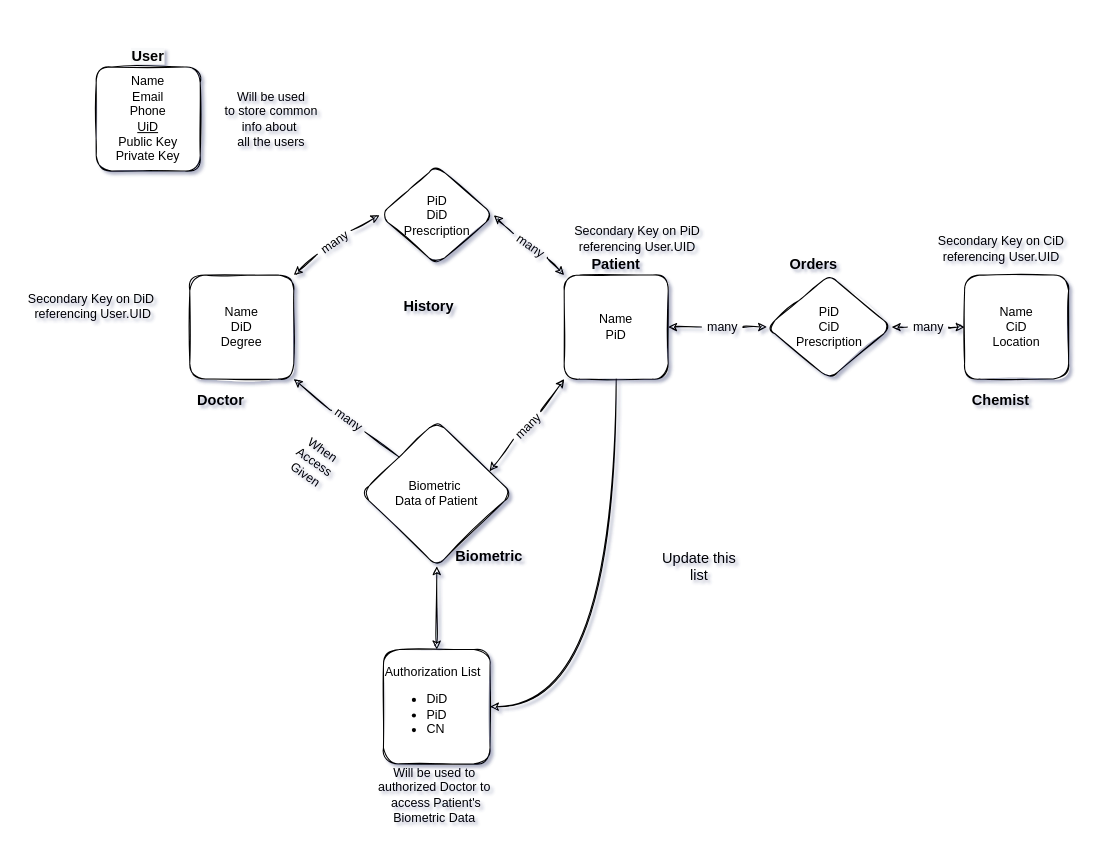
Earlier version of the draw.io diagram Flowcharts/ERModel.drawio (TeamRocketBalleBalle/RICA-Remastered). Source tidied: cells renumbered, new cells numbered last; positions are measured from the earlier drawing's top-left corner, leaving out a move shared by most shapes. Both pictures are drawn from the tidied source at 104%, with x=0, y=0 at pixel (18, 46).
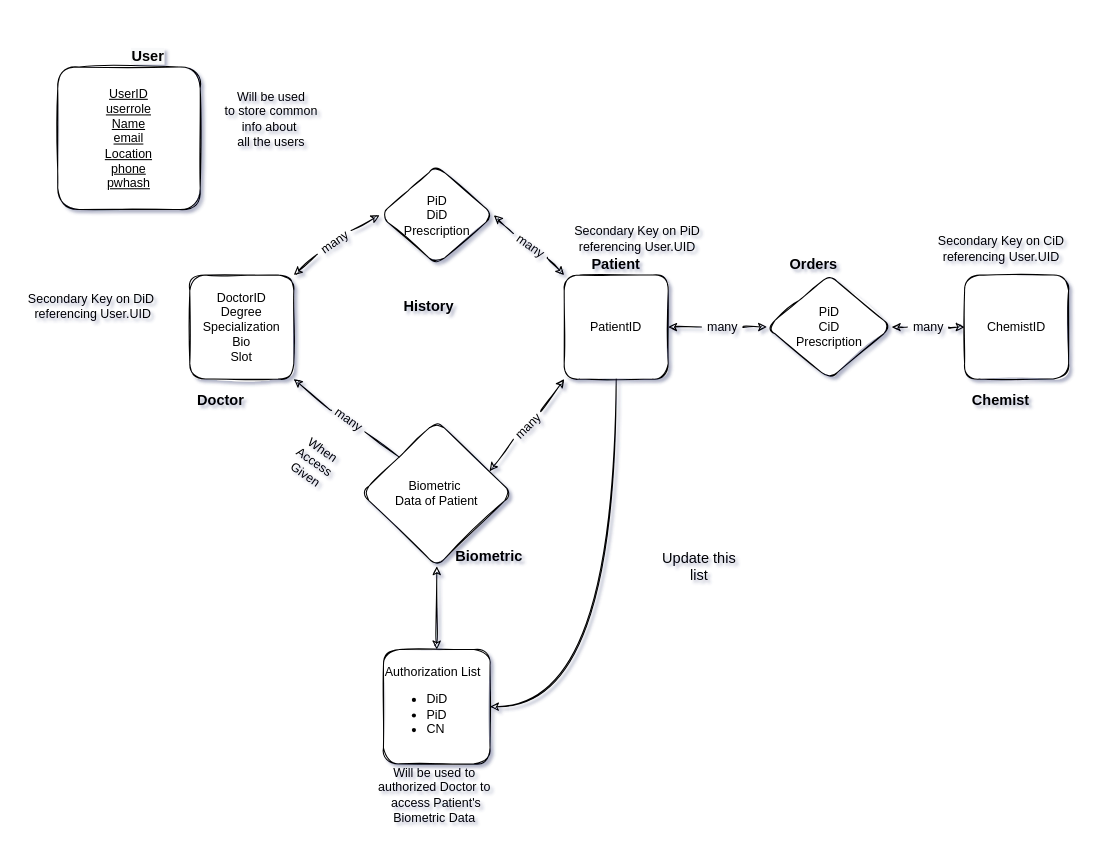
After the change.

What changed in the source:
```diff
@@
-    <mxCell id="2" value="Name&lt;br&gt;Email&lt;br&gt;Phone&lt;br&gt;&lt;u&gt;UiD&lt;/u&gt;&lt;br&gt;Public Key&lt;br&gt;Private Key" style="whiteSpace=wrap;html=1;sketch=1;rounded=1;" parent="1" vertex="1">
-      <mxGeometry x="75" y="20" width="100" height="100" as="geometry" />
+    <mxCell id="2" value="&lt;u&gt;UserID&lt;br&gt;userrole&lt;br&gt;Name&lt;br&gt;email&lt;br&gt;Location&lt;br&gt;phone&lt;br&gt;pwhash&lt;br&gt;&lt;/u&gt;" style="whiteSpace=wrap;html=1;sketch=1;rounded=1;" parent="1" vertex="1">
+      <mxGeometry x="38" y="20" width="137" height="137" as="geometry" />
     </mxCell>
@@
-    <mxCell id="5" value="Name&lt;br&gt;PiD&lt;br&gt;" style="whiteSpace=wrap;html=1;sketch=1;rounded=1;" parent="1" vertex="1">
+    <mxCell id="5" value="PatientID" style="whiteSpace=wrap;html=1;sketch=1;rounded=1;" parent="1" vertex="1">
       <mxGeometry x="525" y="220" width="100" height="100" as="geometry" />
     </mxCell>
-    <mxCell id="6" value="Name&lt;br&gt;DiD&lt;br&gt;Degree" style="whiteSpace=wrap;html=1;sketch=1;rounded=1;" parent="1" vertex="1">
+    <mxCell id="6" value="DoctorID&lt;br&gt;Degree&lt;br&gt;Specialization&lt;br&gt;Bio&lt;br&gt;Slot" style="whiteSpace=wrap;html=1;sketch=1;rounded=1;" parent="1" vertex="1">
       <mxGeometry x="165" y="220" width="100" height="100" as="geometry" />
     </mxCell>
-    <mxCell id="7" value="Name&lt;br&gt;CiD&lt;br&gt;Location" style="whiteSpace=wrap;html=1;sketch=1;rounded=1;" parent="1" vertex="1">
+    <mxCell id="7" value="ChemistID" style="whiteSpace=wrap;html=1;sketch=1;rounded=1;" parent="1" vertex="1">
       <mxGeometry x="910" y="220" width="100" height="100" as="geometry" />
     </mxCell>
```
